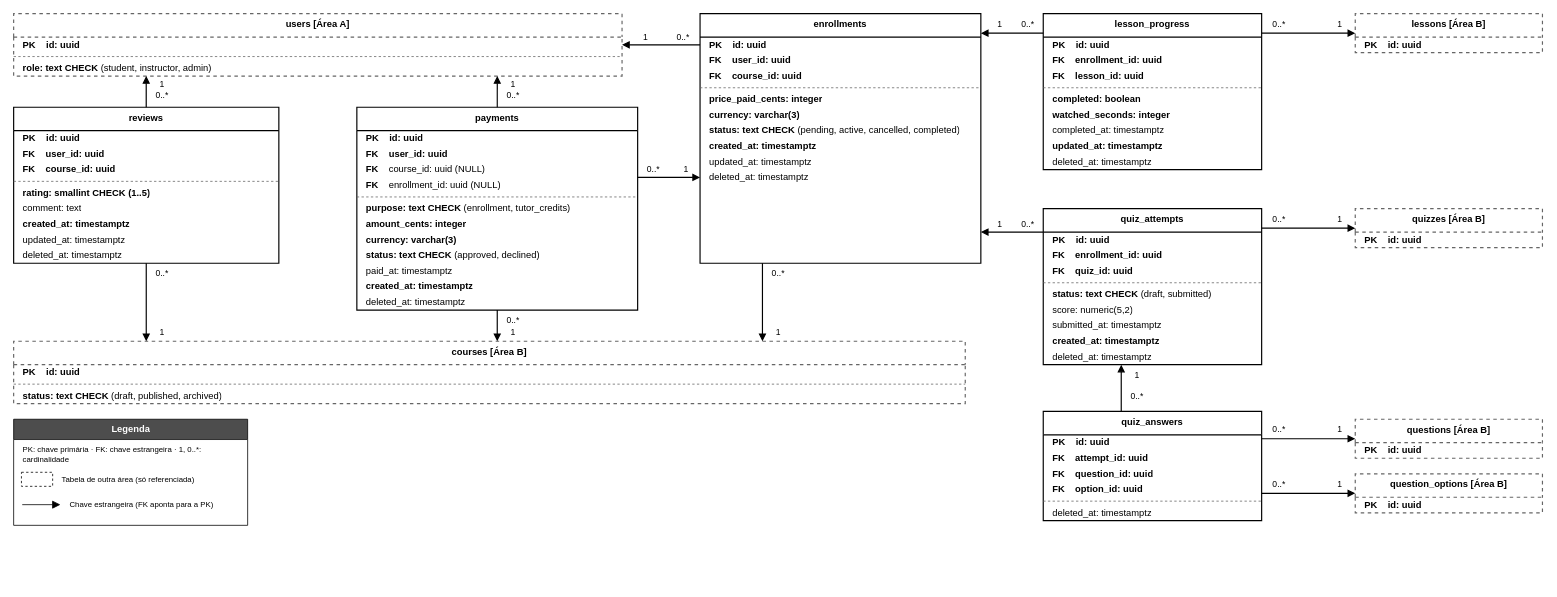
Above: especificacao/diagramas/12-modelo-de-dados-area-c.drawio in Plataforma-de-Cursos-TCC/plataforma-cursos-docs (draw.io), before the change. Source tidied: cells renumbered, new cells numbered last; positions are measured from the earlier drawing's top-left corner, leaving out a move shared by most shapes. Both pictures are drawn from the tidied source at 78%, with x=0, y=0 at pixel (13, 13).
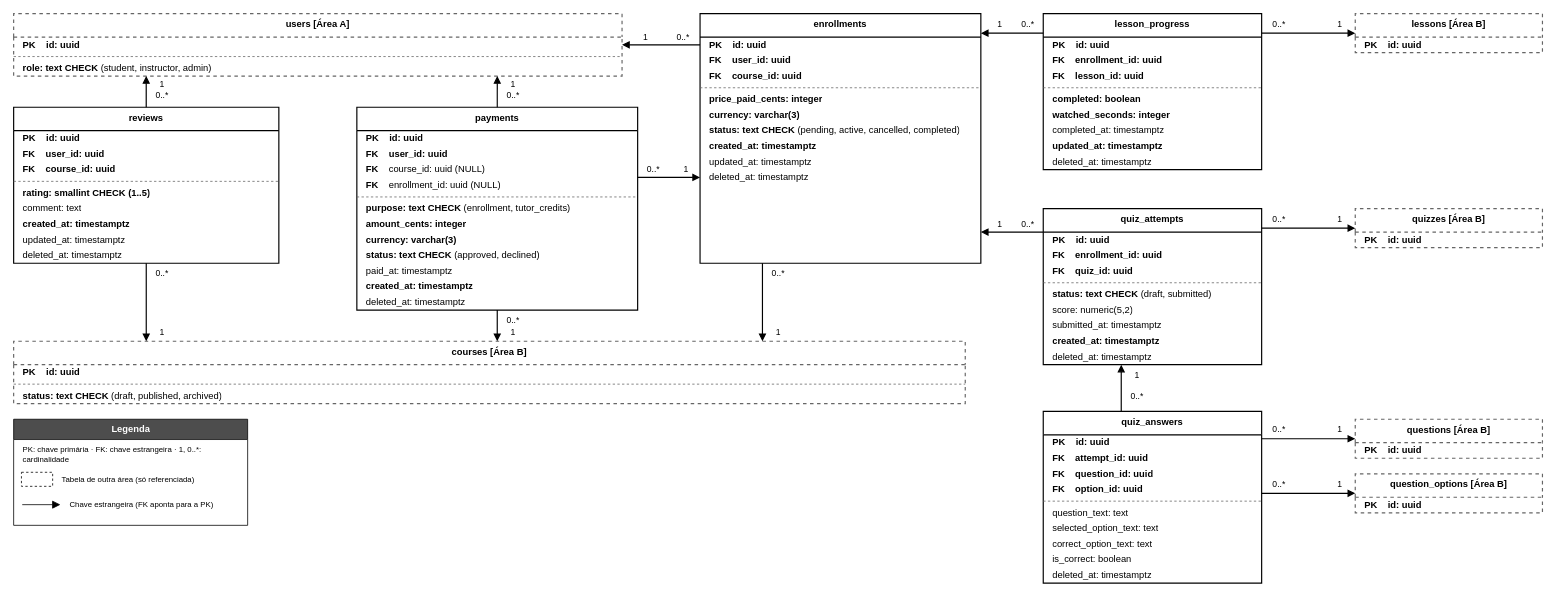
The same diagram, later.

The change refers to these unchanged cells:
```xml
<mxCell id="75" value="questions [Área B]" style="swimlane;fontStyle=1;align=center;verticalAlign=top;horizontal=1;startSize=30;whiteSpace=wrap;html=1;fillColor=#FFFFFF;strokeColor=#666666;strokeWidth=1.5;strokeFactor=1;fontFamily=Helvetica;fontSize=12;dashed=1;" parent="1" vertex="1">
  <mxGeometry x="1720" y="520" width="240" height="50" as="geometry" />
</mxCell>
<mxCell id="77" value="question_options [Área B]" style="swimlane;fontStyle=1;align=center;verticalAlign=top;horizontal=1;startSize=30;whiteSpace=wrap;html=1;fillColor=#FFFFFF;strokeColor=#666666;strokeWidth=1.5;strokeFactor=1;fontFamily=Helvetica;fontSize=12;dashed=1;" parent="1" vertex="1">
  <mxGeometry x="1720" y="590" width="240" height="50" as="geometry" />
</mxCell>
```

Change to the diagram source:
```diff
@@
     <mxCell id="64" value="quiz_answers" style="swimlane;fontStyle=1;align=center;verticalAlign=top;horizontal=1;startSize=30;whiteSpace=wrap;html=1;fillColor=#FFFFFF;strokeColor=#000000;strokeWidth=1.5;fontFamily=Helvetica;fontSize=12;" parent="1" vertex="1">
-      <mxGeometry x="1320" y="510" width="280" height="140" as="geometry" />
+      <mxGeometry x="1320" y="510" width="280" height="220" as="geometry" />
     </mxCell>
@@
+    <mxCell id="129" value="question_text: text" style="text;strokeColor=none;fillColor=none;align=left;verticalAlign=middle;spacingLeft=10;spacingRight=10;overflow=hidden;fontFamily=Helvetica;fontSize=12;html=1;" parent="64" vertex="1">
+      <mxGeometry y="120" width="280" height="20" as="geometry" />
+    </mxCell>
+    <mxCell id="130" value="selected_option_text: text" style="text;strokeColor=none;fillColor=none;align=left;verticalAlign=middle;spacingLeft=10;spacingRight=10;overflow=hidden;fontFamily=Helvetica;fontSize=12;html=1;" parent="64" vertex="1">
+      <mxGeometry y="140" width="280" height="20" as="geometry" />
+    </mxCell>
+    <mxCell id="131" value="correct_option_text: text" style="text;strokeColor=none;fillColor=none;align=left;verticalAlign=middle;spacingLeft=10;spacingRight=10;overflow=hidden;fontFamily=Helvetica;fontSize=12;html=1;" parent="64" vertex="1">
+      <mxGeometry y="160" width="280" height="20" as="geometry" />
+    </mxCell>
+    <mxCell id="132" value="is_correct: boolean" style="text;strokeColor=none;fillColor=none;align=left;verticalAlign=middle;spacingLeft=10;spacingRight=10;overflow=hidden;fontFamily=Helvetica;fontSize=12;html=1;" parent="64" vertex="1">
+      <mxGeometry y="180" width="280" height="20" as="geometry" />
+    </mxCell>
     <mxCell id="70" value="deleted_at: timestamptz" style="text;strokeColor=none;fillColor=none;align=left;verticalAlign=middle;spacingLeft=10;spacingRight=10;overflow=hidden;fontFamily=Helvetica;fontSize=12;html=1;" parent="64" vertex="1">
-      <mxGeometry y="120" width="280" height="20" as="geometry" />
+      <mxGeometry y="200" width="280" height="20" as="geometry" />
     </mxCell>
@@
-    <mxCell id="115" style="edgeStyle=orthogonalEdgeStyle;rounded=0;jettySize=auto;html=1;strokeColor=#000000;strokeWidth=1.5;endArrow=block;endFill=1;exitX=1.0;exitY=0.25;exitPerimeter=0;entryX=0.0;entryY=0.5;entryPerimeter=0;" parent="1" edge="1" source="64" target="75">
+    <mxCell id="115" style="edgeStyle=orthogonalEdgeStyle;rounded=0;jettySize=auto;html=1;strokeColor=#000000;strokeWidth=1.5;endArrow=block;endFill=1;exitX=1.0;exitY=0.1591;exitPerimeter=0;entryX=0.0;entryY=0.5;entryPerimeter=0;" parent="1" edge="1" source="64" target="75">
       <mxGeometry relative="1" as="geometry" />
     </mxCell>
@@
-    <mxCell id="118" style="edgeStyle=orthogonalEdgeStyle;rounded=0;jettySize=auto;html=1;strokeColor=#000000;strokeWidth=1.5;endArrow=block;endFill=1;exitX=1.0;exitY=0.75;exitPerimeter=0;entryX=0.0;entryY=0.5;entryPerimeter=0;" parent="1" edge="1" source="64" target="77">
+    <mxCell id="118" style="edgeStyle=orthogonalEdgeStyle;rounded=0;jettySize=auto;html=1;strokeColor=#000000;strokeWidth=1.5;endArrow=block;endFill=1;exitX=1.0;exitY=0.4773;exitPerimeter=0;entryX=0.0;entryY=0.5;entryPerimeter=0;" parent="1" edge="1" source="64" target="77">
       <mxGeometry relative="1" as="geometry" />
     </mxCell>
```
